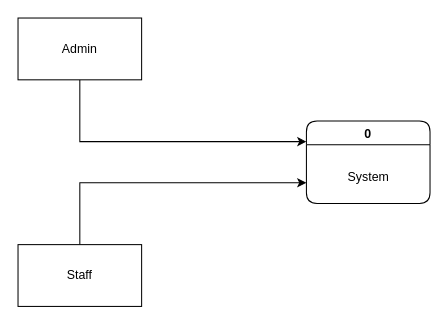
The draw.io diagram cd.drawio in Jayrou12345/Flowchart, before the edit. Source tidied: cells renumbered, new cells numbered last; positions are measured from the earlier drawing's top-left corner, leaving out a move shared by most shapes. Both pictures are drawn from the tidied source at 103%, with x=0, y=0 at pixel (18, 18).
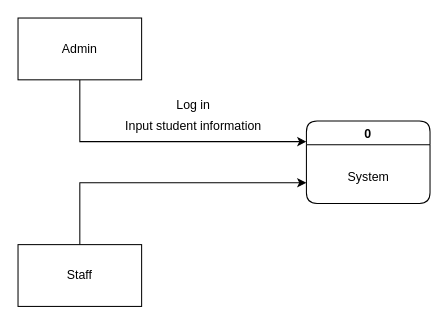
The same page after the edit.

What changed in the source:
```diff
@@
 <mxGraphModel>
   <root>
     <mxCell id="0" />
     <mxCell id="1" parent="0" />
     <mxCell id="2" value="0" style="swimlane;rounded=1;" parent="1" vertex="1">
       <mxGeometry x="280" y="100" width="120" height="80" as="geometry" />
     </mxCell>
     <mxCell id="3" value="System" style="text;html=1;align=center;verticalAlign=middle;strokeColor=none;fillColor=none;" parent="2" vertex="1">
       <mxGeometry x="30" y="40" width="60" height="30" as="geometry" />
     </mxCell>
     <mxCell id="4" style="edgeStyle=orthogonalEdgeStyle;rounded=0;jettySize=auto;html=1;exitX=0.5;exitY=1;exitDx=0;exitDy=0;entryX=0;entryY=0.25;entryDx=0;entryDy=0;" parent="1" edge="1" source="5" target="2">
       <mxGeometry relative="1" as="geometry" />
     </mxCell>
     <mxCell id="5" value="Admin" style="rounded=0;whiteSpace=wrap;html=1;" parent="1" vertex="1">
       <mxGeometry width="120" height="60" as="geometry" />
     </mxCell>
     <mxCell id="6" style="edgeStyle=orthogonalEdgeStyle;rounded=0;jettySize=auto;html=1;exitX=0.5;exitY=0;exitDx=0;exitDy=0;entryX=0;entryY=0.75;entryDx=0;entryDy=0;" parent="1" edge="1" source="7" target="2">
       <mxGeometry relative="1" as="geometry" />
     </mxCell>
     <mxCell id="7" value="Staff" style="rounded=0;whiteSpace=wrap;html=1;" parent="1" vertex="1">
       <mxGeometry y="220" width="120" height="60" as="geometry" />
     </mxCell>
+    <mxCell id="8" value="Log in" style="text;html=1;align=center;verticalAlign=middle;strokeColor=none;fillColor=none;" parent="1" vertex="1">
+      <mxGeometry x="140" y="70" width="60" height="30" as="geometry" />
+    </mxCell>
+    <mxCell id="9" value="Input student information" style="text;html=1;align=center;verticalAlign=middle;strokeColor=none;fillColor=none;" parent="1" vertex="1">
+      <mxGeometry x="90" y="90" width="160" height="30" as="geometry" />
+    </mxCell>
   </root>
 </mxGraphModel>
```
